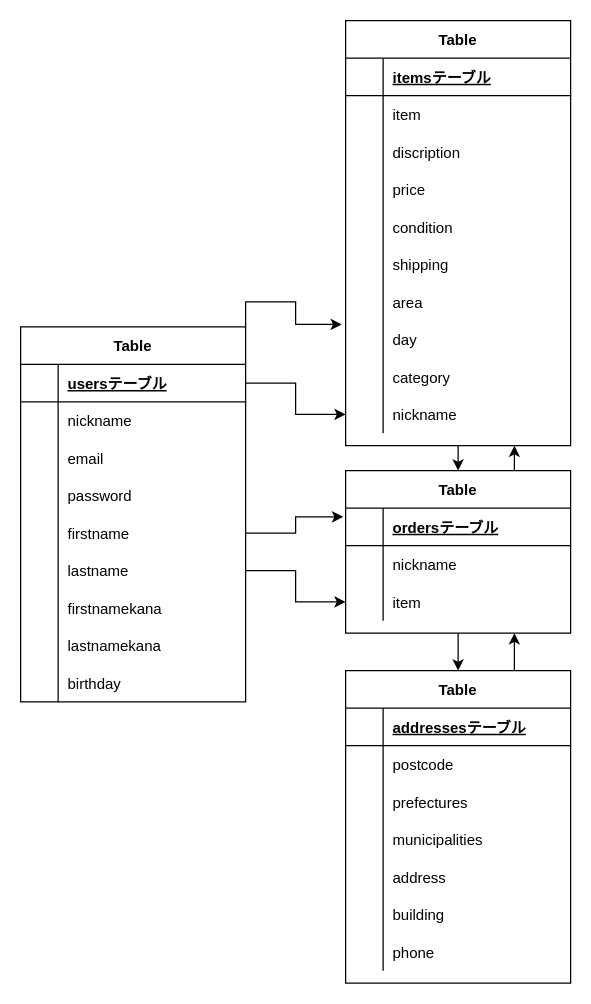
The draw.io diagram database.dio in semoponume1130/furima-32362, before the edit. Source tidied: cells renumbered, new cells numbered last; positions are measured from the earlier drawing's top-left corner, leaving out a move shared by most shapes. Both pictures are drawn from the tidied source at 125%, with x=0, y=0 at pixel (20, 20).
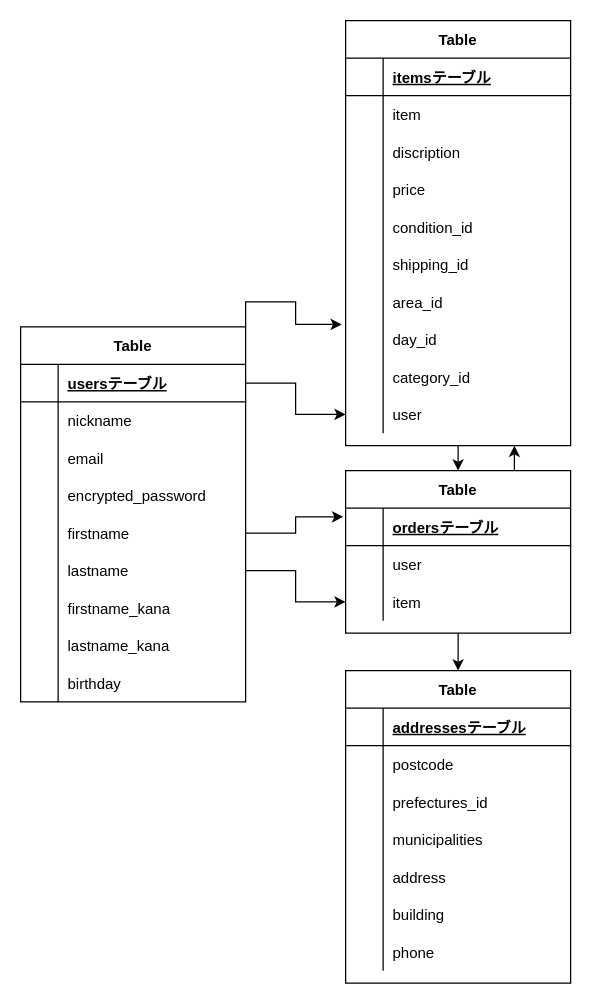
The same diagram, later.

Unchanged cells that the change refers to:
```xml
<mxCell id="13" style="shape=partialRectangle;fillColor=none;top=0;left=0;bottom=0;right=0;" parent="3" vertex="1">
  <mxGeometry y="120" width="180" height="30" as="geometry" />
</mxCell>
<mxCell id="22" style="shape=partialRectangle;fillColor=none;top=0;left=0;bottom=0;right=0;" parent="3" vertex="1">
  <mxGeometry y="210" width="180" height="30" as="geometry" />
</mxCell>
<mxCell id="25" style="shape=partialRectangle;fillColor=none;top=0;left=0;bottom=0;right=0;" parent="3" vertex="1">
  <mxGeometry y="240" width="180" height="30" as="geometry" />
</mxCell>
<mxCell id="45" style="shape=partialRectangle;fillColor=none;top=0;left=0;bottom=0;right=0;" parent="32" vertex="1">
  <mxGeometry y="150" width="180" height="30" as="geometry" />
</mxCell>
<mxCell id="48" style="shape=partialRectangle;fillColor=none;top=0;left=0;bottom=0;right=0;" parent="32" vertex="1">
  <mxGeometry y="180" width="180" height="30" as="geometry" />
</mxCell>
<mxCell id="51" style="shape=partialRectangle;fillColor=none;top=0;left=0;bottom=0;right=0;" parent="32" vertex="1">
  <mxGeometry y="210" width="180" height="30" as="geometry" />
</mxCell>
<mxCell id="54" style="shape=partialRectangle;fillColor=none;top=0;left=0;bottom=0;right=0;points=[[0,0.5],[1,0.5]];portConstraint=eastwest;" parent="32" vertex="1">
  <mxGeometry y="240" width="180" height="30" as="geometry" />
</mxCell>
<mxCell id="57" style="shape=partialRectangle;fillColor=none;top=0;left=0;bottom=0;right=0;" parent="32" vertex="1">
  <mxGeometry y="270" width="180" height="30" as="geometry" />
</mxCell>
<mxCell id="60" style="shape=partialRectangle;fillColor=none;top=0;left=0;bottom=0;right=0;points=[[0,0.5],[1,0.5]];portConstraint=eastwest;" parent="32" vertex="1">
  <mxGeometry y="300" width="180" height="30" as="geometry" />
</mxCell>
<mxCell id="65" value="Table" style="shape=table;startSize=30;childLayout=tableLayout;rowLines=0;fontStyle=1;align=center;rounded=0;sketch=0;" parent="1" vertex="1">
  <mxGeometry x="260" y="360" width="180" height="130" as="geometry" />
</mxCell>
<mxCell id="69" style="shape=partialRectangle;fillColor=none;top=0;left=0;bottom=0;right=0;" parent="65" vertex="1">
  <mxGeometry y="60" width="180" height="30" as="geometry" />
</mxCell>
<mxCell id="76" value="Table" style="shape=table;startSize=30;childLayout=tableLayout;rowLines=0;fontStyle=1;align=center;rounded=0;sketch=0;" parent="1" vertex="1">
  <mxGeometry x="260" y="520" width="180" height="250" as="geometry" />
</mxCell>
<mxCell id="83" style="shape=partialRectangle;fillColor=none;top=0;left=0;bottom=0;right=0;" parent="76" vertex="1">
  <mxGeometry y="90" width="180" height="30" as="geometry" />
</mxCell>
```

The edit, as a diff of the source:
```diff
@@
-    <mxCell id="15" value="password" style="shape=partialRectangle;fillColor=none;top=0;left=0;bottom=0;right=0;align=left;spacingLeft=6;overflow=hidden;" parent="13" vertex="1">
+    <mxCell id="15" value="encrypted_password" style="shape=partialRectangle;fillColor=none;top=0;left=0;bottom=0;right=0;align=left;spacingLeft=6;overflow=hidden;" parent="13" vertex="1">
       <mxGeometry x="30" width="150" height="30" as="geometry" />
     </mxCell>
@@
-    <mxCell id="24" value="firstnamekana" style="shape=partialRectangle;fillColor=none;top=0;left=0;bottom=0;right=0;align=left;spacingLeft=6;overflow=hidden;" parent="22" vertex="1">
+    <mxCell id="24" value="firstname_kana" style="shape=partialRectangle;fillColor=none;top=0;left=0;bottom=0;right=0;align=left;spacingLeft=6;overflow=hidden;" parent="22" vertex="1">
       <mxGeometry x="30" width="150" height="30" as="geometry" />
     </mxCell>
@@
-    <mxCell id="27" value="lastnamekana" style="shape=partialRectangle;fillColor=none;top=0;left=0;bottom=0;right=0;align=left;spacingLeft=6;overflow=hidden;" parent="25" vertex="1">
+    <mxCell id="27" value="lastname_kana" style="shape=partialRectangle;fillColor=none;top=0;left=0;bottom=0;right=0;align=left;spacingLeft=6;overflow=hidden;" parent="25" vertex="1">
       <mxGeometry x="30" width="150" height="30" as="geometry" />
     </mxCell>
@@
-    <mxCell id="47" value="condition" style="shape=partialRectangle;fillColor=none;top=0;left=0;bottom=0;right=0;align=left;spacingLeft=6;overflow=hidden;" parent="45" vertex="1">
+    <mxCell id="47" value="condition_id" style="shape=partialRectangle;fillColor=none;top=0;left=0;bottom=0;right=0;align=left;spacingLeft=6;overflow=hidden;" parent="45" vertex="1">
       <mxGeometry x="30" width="150" height="30" as="geometry" />
     </mxCell>
@@
-    <mxCell id="50" value="shipping" style="shape=partialRectangle;fillColor=none;top=0;left=0;bottom=0;right=0;align=left;spacingLeft=6;overflow=hidden;" parent="48" vertex="1">
+    <mxCell id="50" value="shipping_id" style="shape=partialRectangle;fillColor=none;top=0;left=0;bottom=0;right=0;align=left;spacingLeft=6;overflow=hidden;" parent="48" vertex="1">
       <mxGeometry x="30" width="150" height="30" as="geometry" />
     </mxCell>
@@
-    <mxCell id="53" value="area" style="shape=partialRectangle;fillColor=none;top=0;left=0;bottom=0;right=0;align=left;spacingLeft=6;overflow=hidden;" parent="51" vertex="1">
+    <mxCell id="53" value="area_id" style="shape=partialRectangle;fillColor=none;top=0;left=0;bottom=0;right=0;align=left;spacingLeft=6;overflow=hidden;" parent="51" vertex="1">
       <mxGeometry x="30" width="150" height="30" as="geometry" />
     </mxCell>
@@
-    <mxCell id="56" value="day" style="shape=partialRectangle;fillColor=none;top=0;left=0;bottom=0;right=0;align=left;spacingLeft=6;overflow=hidden;" parent="54" vertex="1">
+    <mxCell id="56" value="day_id" style="shape=partialRectangle;fillColor=none;top=0;left=0;bottom=0;right=0;align=left;spacingLeft=6;overflow=hidden;" parent="54" vertex="1">
       <mxGeometry x="30" width="150" height="30" as="geometry" />
     </mxCell>
@@
-    <mxCell id="59" value="category" style="shape=partialRectangle;fillColor=none;top=0;left=0;bottom=0;right=0;align=left;spacingLeft=6;overflow=hidden;" parent="57" vertex="1">
+    <mxCell id="59" value="category_id" style="shape=partialRectangle;fillColor=none;top=0;left=0;bottom=0;right=0;align=left;spacingLeft=6;overflow=hidden;" parent="57" vertex="1">
       <mxGeometry x="30" width="150" height="30" as="geometry" />
     </mxCell>
@@
-    <mxCell id="62" value="nickname" style="shape=partialRectangle;fillColor=none;top=0;left=0;bottom=0;right=0;align=left;spacingLeft=6;overflow=hidden;" parent="60" vertex="1">
+    <mxCell id="62" value="user" style="shape=partialRectangle;fillColor=none;top=0;left=0;bottom=0;right=0;align=left;spacingLeft=6;overflow=hidden;" parent="60" vertex="1">
       <mxGeometry x="30" width="150" height="30" as="geometry" />
     </mxCell>
@@
-    <mxCell id="71" value="nickname" style="shape=partialRectangle;fillColor=none;top=0;left=0;bottom=0;right=0;align=left;spacingLeft=6;overflow=hidden;" parent="69" vertex="1">
+    <mxCell id="71" value="user" style="shape=partialRectangle;fillColor=none;top=0;left=0;bottom=0;right=0;align=left;spacingLeft=6;overflow=hidden;" parent="69" vertex="1">
       <mxGeometry x="30" width="150" height="30" as="geometry" />
     </mxCell>
@@
-    <mxCell id="75" style="edgeStyle=orthogonalEdgeStyle;rounded=0;sketch=0;jettySize=auto;html=1;exitX=0.75;exitY=0;exitDx=0;exitDy=0;entryX=0.75;entryY=1;entryDx=0;entryDy=0;targetPerimeterSpacing=0;" parent="1" edge="1" source="76" target="65">
-      <mxGeometry relative="1" as="geometry" />
-    </mxCell>
@@
-    <mxCell id="85" value="prefectures" style="shape=partialRectangle;fillColor=none;top=0;left=0;bottom=0;right=0;align=left;spacingLeft=6;overflow=hidden;" parent="83" vertex="1">
+    <mxCell id="85" value="prefectures_id" style="shape=partialRectangle;fillColor=none;top=0;left=0;bottom=0;right=0;align=left;spacingLeft=6;overflow=hidden;" parent="83" vertex="1">
       <mxGeometry x="30" width="150" height="30" as="geometry" />
     </mxCell>
```
